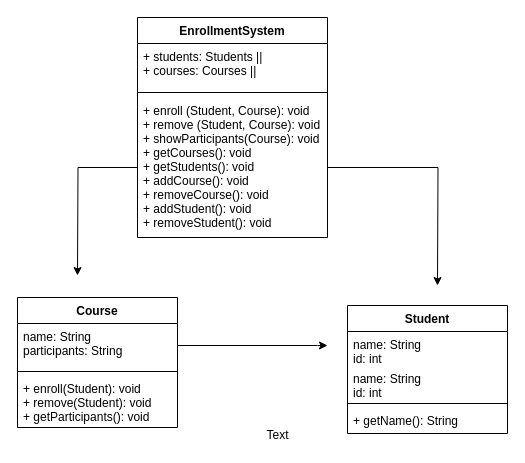
Earlier version of the draw.io diagram Untitled Diagram.drawio (Dream2903/Assignments). Source tidied: cells renumbered, new cells numbered last; positions are measured from the earlier drawing's top-left corner, leaving out a move shared by most shapes. Both pictures are drawn from the tidied source at 100%, with x=0, y=0 at pixel (17, 17).
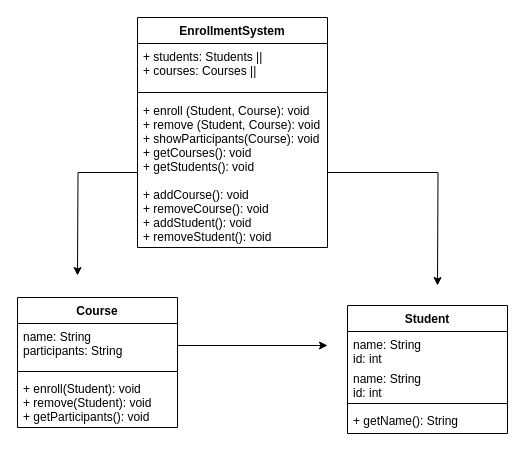
After the change.

The edit, as a diff of the source:
```diff
@@
     <mxCell id="2" value="EnrollmentSystem" style="swimlane;fontStyle=1;align=center;verticalAlign=top;horizontal=1;startSize=26;" parent="1" vertex="1">
-      <mxGeometry x="120" width="190" height="220" as="geometry" />
+      <mxGeometry x="120" width="190" height="230" as="geometry" />
     </mxCell>
@@
-    <mxCell id="5" value="+ enroll (Student, Course): void&#10;+ remove (Student, Course): void&#10;+ showParticipants(Course): void&#10;+ getCourses(): void&#10;+ getStudents(): void&#10;+ addCourse(): void&#10;+ removeCourse(): void&#10;+ addStudent(): void&#10;+ removeStudent(): void" style="text;strokeColor=none;fillColor=none;align=left;verticalAlign=top;spacingLeft=4;spacingRight=4;overflow=hidden;points=[[0,0.5],[1,0.5]];portConstraint=eastwest;" parent="2" vertex="1">
-      <mxGeometry y="80" width="190" height="140" as="geometry" />
+    <mxCell id="5" value="+ enroll (Student, Course): void&#10;+ remove (Student, Course): void&#10;+ showParticipants(Course): void&#10;+ getCourses(): void&#10;+ getStudents(): void&#10;&#10;+ addCourse(): void&#10;+ removeCourse(): void&#10;+ addStudent(): void&#10;+ removeStudent(): void" style="text;strokeColor=none;fillColor=none;align=left;verticalAlign=top;spacingLeft=4;spacingRight=4;overflow=hidden;points=[[0,0.5],[1,0.5]];portConstraint=eastwest;" parent="2" vertex="1">
+      <mxGeometry y="80" width="190" height="150" as="geometry" />
     </mxCell>
@@
-    <mxCell id="11" value="Text" style="text;html=1;align=center;verticalAlign=middle;" parent="1" vertex="1">
-      <mxGeometry x="240" y="408" width="40" height="20" as="geometry" />
-    </mxCell>
```
